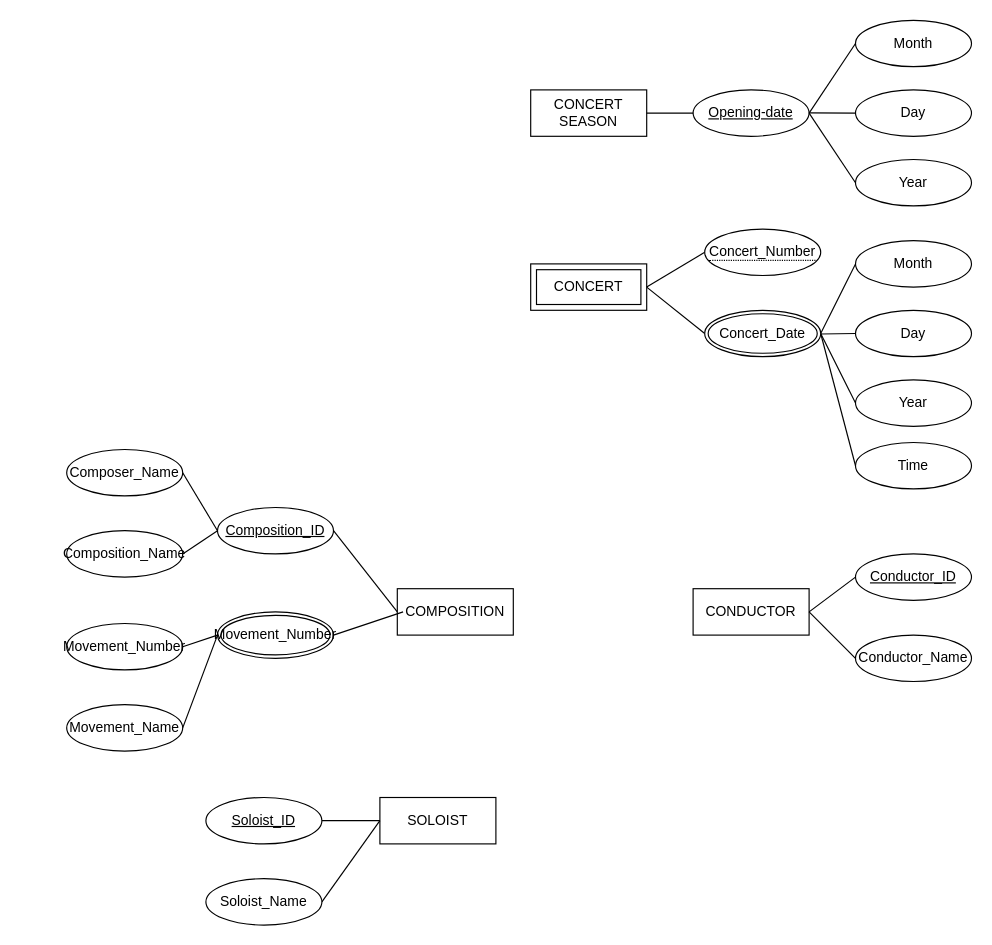
alicejimmy/2022-Bioinformatics-and-Medical-Databases-HW keeps this draw.io diagram as page "交響樂團資料庫" (1 of 2) of HW1/HW1.drawio. Above is the earlier version. Source tidied: cells renumbered, new cells numbered last; positions are measured from the earlier drawing's top-left corner, leaving out a move shared by most shapes. Both pictures are drawn from the tidied source at 116%, with x=0, y=0 at pixel (66, 20).
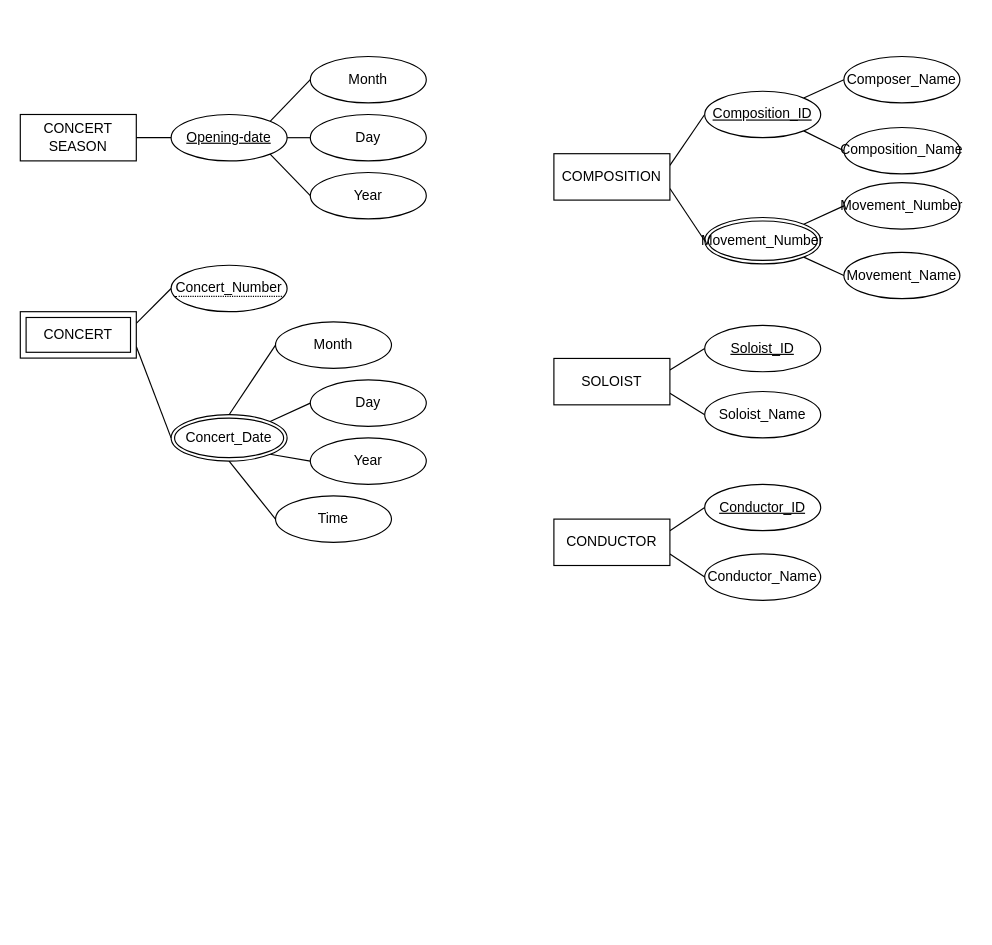
The same page after the edit.

What changed in the source:
```diff
@@
     <mxCell id="2" value="CONCERT SEASON" style="whiteSpace=wrap;html=1;align=center;" parent="1" vertex="1">
-      <mxGeometry x="400" y="60" width="100" height="40" as="geometry" />
+      <mxGeometry x="-40" y="81.2" width="100" height="40" as="geometry" />
     </mxCell>
-    <mxCell id="3" style="edgeStyle=none;rounded=0;jettySize=auto;html=1;exitX=0;exitY=0.5;exitDx=0;exitDy=0;entryX=1;entryY=0.5;entryDx=0;entryDy=0;endArrow=none;endFill=0;" parent="1" edge="1" source="4" target="25">
+    <mxCell id="3" style="edgeStyle=none;rounded=0;jettySize=auto;html=1;exitX=1;exitY=0.25;exitDx=0;exitDy=0;entryX=0;entryY=0.5;entryDx=0;entryDy=0;endArrow=none;endFill=0;" parent="1" edge="1" source="4" target="25">
       <mxGeometry relative="1" as="geometry" />
     </mxCell>
+    <mxCell id="48" style="edgeStyle=none;rounded=0;jettySize=auto;html=1;exitX=1;exitY=0.75;exitDx=0;exitDy=0;entryX=0;entryY=0.5;entryDx=0;entryDy=0;endArrow=none;endFill=0;" parent="1" edge="1" source="4" target="34">
+      <mxGeometry relative="1" as="geometry" />
+    </mxCell>
     <mxCell id="4" value="COMPOSITION" style="whiteSpace=wrap;html=1;align=center;" parent="1" vertex="1">
-      <mxGeometry x="285" y="490" width="100" height="40" as="geometry" />
+      <mxGeometry x="420" y="115" width="100" height="40" as="geometry" />
     </mxCell>
+    <mxCell id="49" style="edgeStyle=none;rounded=0;jettySize=auto;html=1;exitX=1;exitY=0.25;exitDx=0;exitDy=0;entryX=0;entryY=0.5;entryDx=0;entryDy=0;endArrow=none;endFill=0;" parent="1" edge="1" source="5" target="36">
+      <mxGeometry relative="1" as="geometry" />
+    </mxCell>
+    <mxCell id="50" style="edgeStyle=none;rounded=0;jettySize=auto;html=1;exitX=1;exitY=0.75;exitDx=0;exitDy=0;entryX=0;entryY=0.5;entryDx=0;entryDy=0;endArrow=none;endFill=0;" parent="1" edge="1" source="5" target="38">
+      <mxGeometry relative="1" as="geometry" />
+    </mxCell>
     <mxCell id="5" value="CONDUCTOR" style="whiteSpace=wrap;html=1;align=center;" parent="1" vertex="1">
-      <mxGeometry x="540" y="490" width="100" height="40" as="geometry" />
+      <mxGeometry x="420" y="430" width="100" height="40" as="geometry" />
     </mxCell>
+    <mxCell id="51" style="edgeStyle=none;rounded=0;jettySize=auto;html=1;exitX=1;exitY=0.25;exitDx=0;exitDy=0;entryX=0;entryY=0.5;entryDx=0;entryDy=0;endArrow=none;endFill=0;" parent="1" edge="1" source="6" target="40">
+      <mxGeometry relative="1" as="geometry" />
+    </mxCell>
+    <mxCell id="52" style="edgeStyle=none;rounded=0;jettySize=auto;html=1;exitX=1;exitY=0.75;exitDx=0;exitDy=0;entryX=0;entryY=0.5;entryDx=0;entryDy=0;endArrow=none;endFill=0;" parent="1" edge="1" source="6" target="42">
+      <mxGeometry relative="1" as="geometry" />
+    </mxCell>
     <mxCell id="6" value="SOLOIST" style="whiteSpace=wrap;html=1;align=center;" parent="1" vertex="1">
-      <mxGeometry x="270" y="670" width="100" height="40" as="geometry" />
+      <mxGeometry x="420" y="291.5" width="100" height="40" as="geometry" />
     </mxCell>
     <mxCell id="7" value="Opening-date" style="ellipse;whiteSpace=wrap;html=1;align=center;fontStyle=4;" parent="1" vertex="1">
-      <mxGeometry x="540" y="60" width="100" height="40" as="geometry" />
+      <mxGeometry x="90" y="81.2" width="100" height="40" as="geometry" />
     </mxCell>
-    <mxCell id="8" style="edgeStyle=none;rounded=0;jettySize=auto;html=1;exitX=0;exitY=0.5;exitDx=0;exitDy=0;entryX=1;entryY=0.5;entryDx=0;entryDy=0;endArrow=none;endFill=0;" parent="1" edge="1" source="9" target="7">
+    <mxCell id="8" style="edgeStyle=none;rounded=0;jettySize=auto;html=1;exitX=0;exitY=0.5;exitDx=0;exitDy=0;entryX=1;entryY=0;entryDx=0;entryDy=0;endArrow=none;endFill=0;" parent="1" edge="1" source="9" target="7">
       <mxGeometry relative="1" as="geometry" />
     </mxCell>
     <mxCell id="9" value="Month" style="ellipse;whiteSpace=wrap;html=1;align=center;" parent="1" vertex="1">
-      <mxGeometry x="680" width="100" height="40" as="geometry" />
+      <mxGeometry x="210" y="31.2" width="100" height="40" as="geometry" />
     </mxCell>
-    <mxCell id="10" style="edgeStyle=none;rounded=0;jettySize=auto;html=1;exitX=0;exitY=0.5;exitDx=0;exitDy=0;endArrow=none;endFill=0;" parent="1" edge="1" source="11">
-      <mxGeometry relative="1" as="geometry">
-        <mxPoint x="640" y="79.8" as="targetPoint" />
-      </mxGeometry>
+    <mxCell id="10" style="edgeStyle=none;rounded=0;jettySize=auto;html=1;exitX=0;exitY=0.5;exitDx=0;exitDy=0;endArrow=none;endFill=0;entryX=1;entryY=0.5;entryDx=0;entryDy=0;" parent="1" edge="1" source="11" target="7">
+      <mxGeometry relative="1" as="geometry" />
     </mxCell>
     <mxCell id="11" value="Day" style="ellipse;whiteSpace=wrap;html=1;align=center;" parent="1" vertex="1">
-      <mxGeometry x="680" y="60" width="100" height="40" as="geometry" />
+      <mxGeometry x="210" y="81.2" width="100" height="40" as="geometry" />
     </mxCell>
-    <mxCell id="12" style="edgeStyle=none;rounded=0;jettySize=auto;html=1;exitX=0;exitY=0.5;exitDx=0;exitDy=0;entryX=1;entryY=0.5;entryDx=0;entryDy=0;endArrow=none;endFill=0;" parent="1" edge="1" source="13" target="7">
+    <mxCell id="12" style="edgeStyle=none;rounded=0;jettySize=auto;html=1;exitX=0;exitY=0.5;exitDx=0;exitDy=0;entryX=1;entryY=1;entryDx=0;entryDy=0;endArrow=none;endFill=0;" parent="1" edge="1" source="13" target="7">
       <mxGeometry relative="1" as="geometry" />
     </mxCell>
     <mxCell id="13" value="Year" style="ellipse;whiteSpace=wrap;html=1;align=center;" parent="1" vertex="1">
-      <mxGeometry x="680" y="120" width="100" height="40" as="geometry" />
+      <mxGeometry x="210" y="131.2" width="100" height="40" as="geometry" />
     </mxCell>
-    <mxCell id="14" style="edgeStyle=none;rounded=0;jettySize=auto;html=1;exitX=0;exitY=0.5;exitDx=0;exitDy=0;entryX=1;entryY=0.5;entryDx=0;entryDy=0;endArrow=none;endFill=0;" parent="1" edge="1" source="15" target="23">
+    <mxCell id="14" style="edgeStyle=none;rounded=0;jettySize=auto;html=1;exitX=0;exitY=0.5;exitDx=0;exitDy=0;entryX=0.5;entryY=0;entryDx=0;entryDy=0;endArrow=none;endFill=0;" parent="1" edge="1" source="15" target="23">
       <mxGeometry relative="1" as="geometry" />
     </mxCell>
     <mxCell id="15" value="Month" style="ellipse;whiteSpace=wrap;html=1;align=center;" parent="1" vertex="1">
-      <mxGeometry x="680" y="190" width="100" height="40" as="geometry" />
+      <mxGeometry x="180" y="260" width="100" height="40" as="geometry" />
     </mxCell>
-    <mxCell id="16" style="edgeStyle=none;rounded=0;jettySize=auto;html=1;exitX=0;exitY=0.5;exitDx=0;exitDy=0;endArrow=none;endFill=0;" parent="1" edge="1" source="17">
-      <mxGeometry relative="1" as="geometry">
-        <mxPoint x="650" y="270.4" as="targetPoint" />
-      </mxGeometry>
+    <mxCell id="16" style="edgeStyle=none;rounded=0;jettySize=auto;html=1;exitX=0;exitY=0.5;exitDx=0;exitDy=0;endArrow=none;endFill=0;entryX=1;entryY=0;entryDx=0;entryDy=0;" parent="1" edge="1" source="17" target="23">
+      <mxGeometry relative="1" as="geometry" />
     </mxCell>
     <mxCell id="17" value="Day" style="ellipse;whiteSpace=wrap;html=1;align=center;" parent="1" vertex="1">
-      <mxGeometry x="680" y="250" width="100" height="40" as="geometry" />
+      <mxGeometry x="210" y="310" width="100" height="40" as="geometry" />
     </mxCell>
-    <mxCell id="18" style="edgeStyle=none;rounded=0;jettySize=auto;html=1;exitX=0;exitY=0.5;exitDx=0;exitDy=0;endArrow=none;endFill=0;" parent="1" edge="1" source="19">
-      <mxGeometry relative="1" as="geometry">
-        <mxPoint x="650" y="270" as="targetPoint" />
-      </mxGeometry>
+    <mxCell id="18" style="edgeStyle=none;rounded=0;jettySize=auto;html=1;exitX=0;exitY=0.5;exitDx=0;exitDy=0;endArrow=none;endFill=0;entryX=1;entryY=1;entryDx=0;entryDy=0;" parent="1" edge="1" source="19" target="23">
+      <mxGeometry relative="1" as="geometry" />
     </mxCell>
     <mxCell id="19" value="Year" style="ellipse;whiteSpace=wrap;html=1;align=center;" parent="1" vertex="1">
-      <mxGeometry x="680" y="310" width="100" height="40" as="geometry" />
+      <mxGeometry x="210" y="360" width="100" height="40" as="geometry" />
     </mxCell>
-    <mxCell id="20" style="edgeStyle=none;rounded=0;jettySize=auto;html=1;exitX=0;exitY=0.5;exitDx=0;exitDy=0;entryX=1;entryY=0.5;entryDx=0;entryDy=0;endArrow=none;endFill=0;" parent="1" edge="1" source="21" target="23">
+    <mxCell id="20" style="edgeStyle=none;rounded=0;jettySize=auto;html=1;exitX=0;exitY=0.5;exitDx=0;exitDy=0;entryX=0.5;entryY=1;entryDx=0;entryDy=0;endArrow=none;endFill=0;" parent="1" edge="1" source="21" target="23">
       <mxGeometry relative="1" as="geometry" />
     </mxCell>
     <mxCell id="21" value="Time" style="ellipse;whiteSpace=wrap;html=1;align=center;" parent="1" vertex="1">
-      <mxGeometry x="680" y="364" width="100" height="40" as="geometry" />
+      <mxGeometry x="180" y="410" width="100" height="40" as="geometry" />
     </mxCell>
-    <mxCell id="22" style="edgeStyle=none;rounded=0;jettySize=auto;html=1;exitX=0;exitY=0.5;exitDx=0;exitDy=0;entryX=1;entryY=0.5;entryDx=0;entryDy=0;endArrow=none;endFill=0;" parent="1" edge="1" source="23" target="43">
-      <mxGeometry relative="1" as="geometry" />
-    </mxCell>
     <mxCell id="23" value="Concert_Date" style="ellipse;shape=doubleEllipse;margin=3;whiteSpace=wrap;html=1;align=center;" parent="1" vertex="1">
-      <mxGeometry x="550" y="250" width="100" height="40" as="geometry" />
+      <mxGeometry x="90" y="340" width="100" height="40" as="geometry" />
     </mxCell>
-    <mxCell id="24" style="edgeStyle=none;rounded=0;jettySize=auto;html=1;exitX=0;exitY=0.5;exitDx=0;exitDy=0;entryX=1;entryY=0.5;entryDx=0;entryDy=0;endArrow=none;endFill=0;" parent="1" edge="1" source="25" target="26">
+    <mxCell id="24" style="edgeStyle=none;rounded=0;jettySize=auto;html=1;exitX=1;exitY=0;exitDx=0;exitDy=0;entryX=0;entryY=0.5;entryDx=0;entryDy=0;endArrow=none;endFill=0;" parent="1" edge="1" source="25" target="26">
       <mxGeometry relative="1" as="geometry" />
     </mxCell>
+    <mxCell id="53" style="edgeStyle=none;rounded=0;jettySize=auto;html=1;exitX=1;exitY=1;exitDx=0;exitDy=0;entryX=0;entryY=0.5;entryDx=0;entryDy=0;endArrow=none;endFill=0;" parent="1" edge="1" source="25" target="28">
+      <mxGeometry relative="1" as="geometry" />
+    </mxCell>
     <mxCell id="25" value="Composition_ID" style="ellipse;whiteSpace=wrap;html=1;align=center;fontStyle=4;" parent="1" vertex="1">
-      <mxGeometry x="130" y="420" width="100" height="40" as="geometry" />
+      <mxGeometry x="550" y="61.2" width="100" height="40" as="geometry" />
     </mxCell>
     <mxCell id="26" value="Composer_Name" style="ellipse;whiteSpace=wrap;html=1;align=center;" parent="1" vertex="1">
-      <mxGeometry y="370" width="100" height="40" as="geometry" />
+      <mxGeometry x="670" y="31.2" width="100" height="40" as="geometry" />
     </mxCell>
-    <mxCell id="27" style="edgeStyle=none;rounded=0;jettySize=auto;html=1;exitX=1;exitY=0.5;exitDx=0;exitDy=0;endArrow=none;endFill=0;" parent="1" edge="1" source="28">
-      <mxGeometry relative="1" as="geometry">
-        <mxPoint x="130" y="440" as="targetPoint" />
-      </mxGeometry>
-    </mxCell>
     <mxCell id="28" value="Composition_Name" style="ellipse;whiteSpace=wrap;html=1;align=center;" parent="1" vertex="1">
-      <mxGeometry y="440" width="100" height="40" as="geometry" />
+      <mxGeometry x="670" y="92.4" width="100" height="40" as="geometry" />
     </mxCell>
-    <mxCell id="29" style="edgeStyle=none;rounded=0;jettySize=auto;html=1;exitX=1;exitY=0.5;exitDx=0;exitDy=0;entryX=0;entryY=0.5;entryDx=0;entryDy=0;endArrow=none;endFill=0;" parent="1" edge="1" source="30" target="34">
-      <mxGeometry relative="1" as="geometry" />
-    </mxCell>
     <mxCell id="30" value="Movement_Number" style="ellipse;whiteSpace=wrap;html=1;align=center;" parent="1" vertex="1">
-      <mxGeometry y="520" width="100" height="40" as="geometry" />
+      <mxGeometry x="670" y="140" width="100" height="40" as="geometry" />
     </mxCell>
-    <mxCell id="31" style="edgeStyle=none;rounded=0;jettySize=auto;html=1;exitX=1;exitY=0.5;exitDx=0;exitDy=0;endArrow=none;endFill=0;" parent="1" edge="1" source="32">
-      <mxGeometry relative="1" as="geometry">
-        <mxPoint x="130" y="530" as="targetPoint" />
-      </mxGeometry>
-    </mxCell>
     <mxCell id="32" value="Movement_Name" style="ellipse;whiteSpace=wrap;html=1;align=center;" parent="1" vertex="1">
-      <mxGeometry y="590" width="100" height="40" as="geometry" />
+      <mxGeometry x="670" y="200" width="100" height="40" as="geometry" />
     </mxCell>
-    <mxCell id="33" style="edgeStyle=none;rounded=0;jettySize=auto;html=1;exitX=1;exitY=0.5;exitDx=0;exitDy=0;endArrow=none;endFill=0;" parent="1" edge="1" source="34">
-      <mxGeometry relative="1" as="geometry">
-        <mxPoint x="290" y="510" as="targetPoint" />
-      </mxGeometry>
-    </mxCell>
+    <mxCell id="54" style="edgeStyle=none;rounded=0;jettySize=auto;html=1;exitX=1;exitY=0;exitDx=0;exitDy=0;entryX=0;entryY=0.5;entryDx=0;entryDy=0;endArrow=none;endFill=0;" parent="1" edge="1" source="34" target="30">
+      <mxGeometry relative="1" as="geometry" />
+    </mxCell>
+    <mxCell id="55" style="edgeStyle=none;rounded=0;jettySize=auto;html=1;exitX=1;exitY=1;exitDx=0;exitDy=0;entryX=0;entryY=0.5;entryDx=0;entryDy=0;endArrow=none;endFill=0;" parent="1" edge="1" source="34" target="32">
+      <mxGeometry relative="1" as="geometry" />
+    </mxCell>
     <mxCell id="34" value="Movement_Number" style="ellipse;shape=doubleEllipse;margin=3;whiteSpace=wrap;html=1;align=center;" parent="1" vertex="1">
-      <mxGeometry x="130" y="510" width="100" height="40" as="geometry" />
+      <mxGeometry x="550" y="170" width="100" height="40" as="geometry" />
     </mxCell>
-    <mxCell id="35" style="edgeStyle=none;rounded=0;jettySize=auto;html=1;exitX=0;exitY=0.5;exitDx=0;exitDy=0;entryX=1;entryY=0.5;entryDx=0;entryDy=0;endArrow=none;endFill=0;" parent="1" edge="1" source="36" target="5">
-      <mxGeometry relative="1" as="geometry" />
-    </mxCell>
     <mxCell id="36" value="Conductor_ID" style="ellipse;whiteSpace=wrap;html=1;align=center;fontStyle=4;" parent="1" vertex="1">
-      <mxGeometry x="680" y="460" width="100" height="40" as="geometry" />
+      <mxGeometry x="550" y="400" width="100" height="40" as="geometry" />
     </mxCell>
-    <mxCell id="37" style="edgeStyle=none;rounded=0;jettySize=auto;html=1;exitX=0;exitY=0.5;exitDx=0;exitDy=0;endArrow=none;endFill=0;" parent="1" edge="1" source="38">
-      <mxGeometry relative="1" as="geometry">
-        <mxPoint x="640" y="510" as="targetPoint" />
-      </mxGeometry>
-    </mxCell>
     <mxCell id="38" value="Conductor_Name" style="ellipse;whiteSpace=wrap;html=1;align=center;" parent="1" vertex="1">
-      <mxGeometry x="680" y="530" width="100" height="40" as="geometry" />
+      <mxGeometry x="550" y="460" width="100" height="40" as="geometry" />
     </mxCell>
-    <mxCell id="39" style="edgeStyle=none;rounded=0;jettySize=auto;html=1;exitX=1;exitY=0.5;exitDx=0;exitDy=0;entryX=0;entryY=0.5;entryDx=0;entryDy=0;endArrow=none;endFill=0;" parent="1" edge="1" source="40" target="6">
-      <mxGeometry relative="1" as="geometry" />
-    </mxCell>
     <mxCell id="40" value="Soloist_ID" style="ellipse;whiteSpace=wrap;html=1;align=center;fontStyle=4;" parent="1" vertex="1">
-      <mxGeometry x="120" y="670" width="100" height="40" as="geometry" />
+      <mxGeometry x="550" y="263" width="100" height="40" as="geometry" />
     </mxCell>
-    <mxCell id="41" style="edgeStyle=none;rounded=0;jettySize=auto;html=1;exitX=1;exitY=0.5;exitDx=0;exitDy=0;entryX=0;entryY=0.5;entryDx=0;entryDy=0;endArrow=none;endFill=0;" parent="1" edge="1" source="42" target="6">
-      <mxGeometry relative="1" as="geometry" />
-    </mxCell>
     <mxCell id="42" value="Soloist_Name" style="ellipse;whiteSpace=wrap;html=1;align=center;" parent="1" vertex="1">
-      <mxGeometry x="120" y="740" width="100" height="40" as="geometry" />
+      <mxGeometry x="550" y="320" width="100" height="40" as="geometry" />
     </mxCell>
+    <mxCell id="56" style="edgeStyle=none;rounded=0;jettySize=auto;html=1;exitX=1;exitY=0.25;exitDx=0;exitDy=0;entryX=0;entryY=0.5;entryDx=0;entryDy=0;endArrow=none;endFill=0;" parent="1" edge="1" source="43" target="46">
+      <mxGeometry relative="1" as="geometry" />
+    </mxCell>
+    <mxCell id="57" style="edgeStyle=none;rounded=0;jettySize=auto;html=1;exitX=1;exitY=0.75;exitDx=0;exitDy=0;entryX=0;entryY=0.5;entryDx=0;entryDy=0;endArrow=none;endFill=0;" parent="1" edge="1" source="43" target="23">
+      <mxGeometry relative="1" as="geometry" />
+    </mxCell>
     <mxCell id="43" value="CONCERT" style="shape=ext;margin=3;double=1;whiteSpace=wrap;html=1;align=center;" parent="1" vertex="1">
-      <mxGeometry x="400" y="210" width="100" height="40" as="geometry" />
+      <mxGeometry x="-40" y="251.2" width="100" height="40" as="geometry" />
     </mxCell>
-    <mxCell id="44" style="edgeStyle=none;rounded=0;jettySize=auto;html=1;exitX=0;exitY=0.5;exitDx=0;exitDy=0;entryX=1;entryY=0.5;entryDx=0;entryDy=0;endArrow=none;endFill=0;" parent="1" edge="1" source="46" target="43">
-      <mxGeometry relative="1" as="geometry" />
-    </mxCell>
-    <mxCell id="45" style="edgeStyle=none;rounded=0;jettySize=auto;html=1;exitX=1;exitY=0.5;exitDx=0;exitDy=0;endArrow=none;endFill=0;" parent="1" edge="1" source="46">
-      <mxGeometry relative="1" as="geometry">
-        <mxPoint x="650.5" y="199.8" as="targetPoint" />
-      </mxGeometry>
-    </mxCell>
     <mxCell id="46" value="&lt;span style=&quot;border-bottom: 1px dotted&quot;&gt;Concert_Number&lt;/span&gt;" style="ellipse;whiteSpace=wrap;html=1;align=center;" parent="1" vertex="1">
-      <mxGeometry x="550" y="180" width="100" height="40" as="geometry" />
+      <mxGeometry x="90" y="211.2" width="100" height="40" as="geometry" />
     </mxCell>
@@
+    <mxCell id="58" style="edgeStyle=none;rounded=0;orthogonalLoop=1;jettySize=auto;html=1;exitX=0.5;exitY=1;exitDx=0;exitDy=0;endArrow=none;endFill=0;" parent="1" edge="1">
+      <mxGeometry relative="1" as="geometry">
+        <mxPoint x="660" y="30" as="sourcePoint" />
+        <mxPoint x="660" y="30" as="targetPoint" />
+      </mxGeometry>
+    </mxCell>
```
